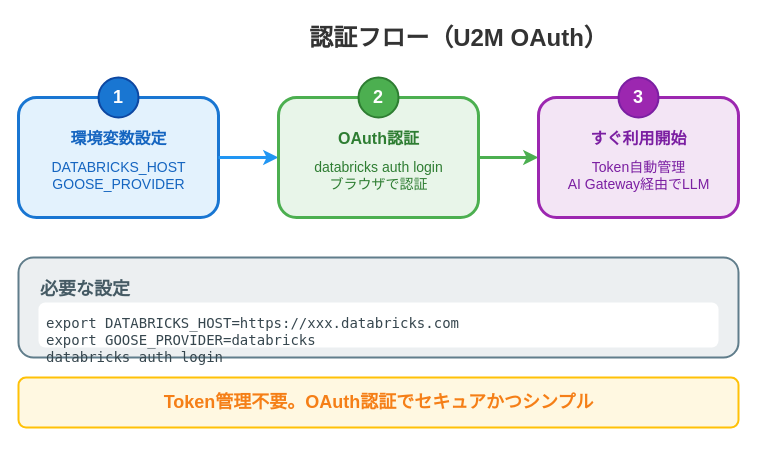
i9wa4/i9wa4.github.io keeps this draw.io diagram as assets/2026-01-27-jedai-ai-gateway/auth-flow.drawio. Above is the earlier version. Source tidied: cells renumbered, new cells numbered last; positions are measured from the earlier drawing's top-left corner, leaving out a move shared by most shapes. Both pictures are drawn from the tidied source at 100%, with x=0, y=0 at pixel (18, 17).
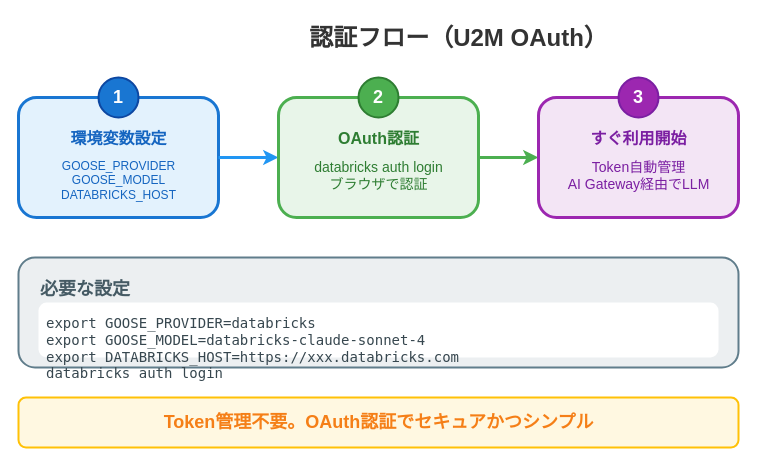
After the change.

Commit message (it also covers changes not shown here):
fix(slides): auth-flow図の環境変数を3つに更新

- GOOSE_PROVIDER, GOOSE_MODEL, DATABRICKS_HOSTを表示
- 必要な設定ボックスのレイアウト調整

What changed in the source:
```diff
@@
-    <mxCell id="6" value="DATABRICKS_HOST&lt;br&gt;GOOSE_PROVIDER" style="text;html=1;fontSize=14;fontFamily=Noto Sans JP;fontColor=#1565C0;align=center;" parent="1" vertex="1">
-      <mxGeometry y="135" width="200" height="50" as="geometry" />
+    <mxCell id="6" value="GOOSE_PROVIDER&lt;br&gt;GOOSE_MODEL&lt;br&gt;DATABRICKS_HOST" style="text;html=1;fontSize=12;fontFamily=Noto Sans JP;fontColor=#1565C0;align=center;" parent="1" vertex="1">
+      <mxGeometry y="135" width="200" height="60" as="geometry" />
     </mxCell>
@@
     <mxCell id="17" style="rounded=1;whiteSpace=wrap;html=1;fillColor=#ECEFF1;strokeColor=#607D8B;strokeWidth=2;" parent="1" vertex="1">
-      <mxGeometry y="240" width="720" height="100" as="geometry" />
+      <mxGeometry y="240" width="720" height="110" as="geometry" />
     </mxCell>
@@
-    <mxCell id="19" value="export DATABRICKS_HOST=https://xxx.databricks.com&lt;br&gt;export GOOSE_PROVIDER=databricks&lt;br&gt;databricks auth login" style="text;html=1;fontSize=14;fontFamily=monospace;fontColor=#37474F;align=left;fillColor=#FFFFFF;rounded=1;spacing=8;" parent="1" vertex="1">
-      <mxGeometry x="20" y="285" width="680" height="45" as="geometry" />
+    <mxCell id="19" value="export GOOSE_PROVIDER=databricks&lt;br&gt;export GOOSE_MODEL=databricks-claude-sonnet-4&lt;br&gt;export DATABRICKS_HOST=https://xxx.databricks.com&lt;br&gt;databricks auth login" style="text;html=1;fontSize=14;fontFamily=monospace;fontColor=#37474F;align=left;fillColor=#FFFFFF;rounded=1;spacing=8;" parent="1" vertex="1">
+      <mxGeometry x="20" y="285" width="680" height="55" as="geometry" />
     </mxCell>
     <mxCell id="20" style="rounded=1;whiteSpace=wrap;html=1;fillColor=#FFF8E1;strokeColor=#FFC107;strokeWidth=2;" parent="1" vertex="1">
-      <mxGeometry y="360" width="720" height="50" as="geometry" />
+      <mxGeometry y="380" width="720" height="50" as="geometry" />
     </mxCell>
     <mxCell id="21" value="Token管理不要。OAuth認証でセキュアかつシンプル" style="text;html=1;fontSize=18;fontFamily=Noto Sans JP;fontStyle=1;fontColor=#F57F17;align=center;verticalAlign=middle;" parent="1" vertex="1">
-      <mxGeometry y="370" width="720" height="30" as="geometry" />
+      <mxGeometry y="390" width="720" height="30" as="geometry" />
     </mxCell>
```
